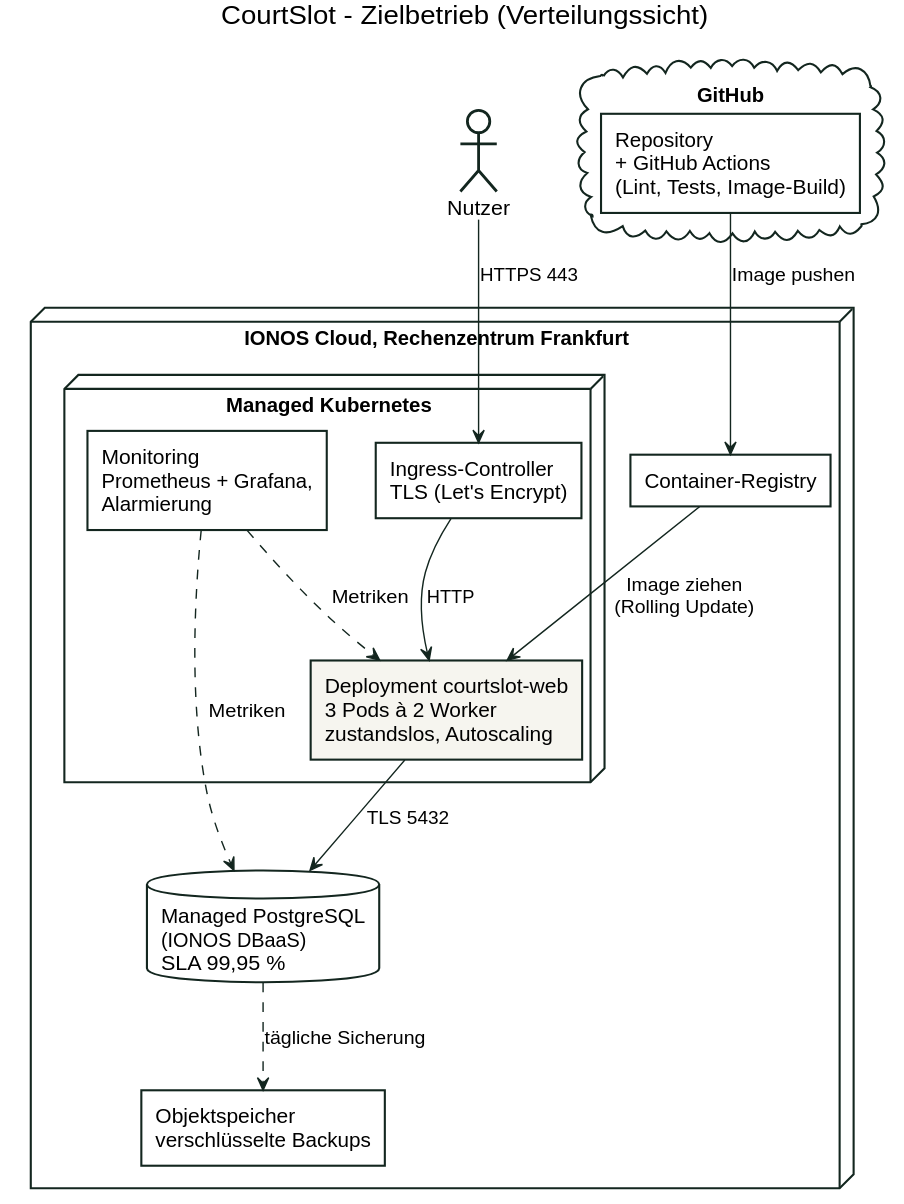
This is docs/diagramme/zielbetrieb.svg from pasi140802/Anwendungsentwicklung, a PlantUML export, as it was before one commit.
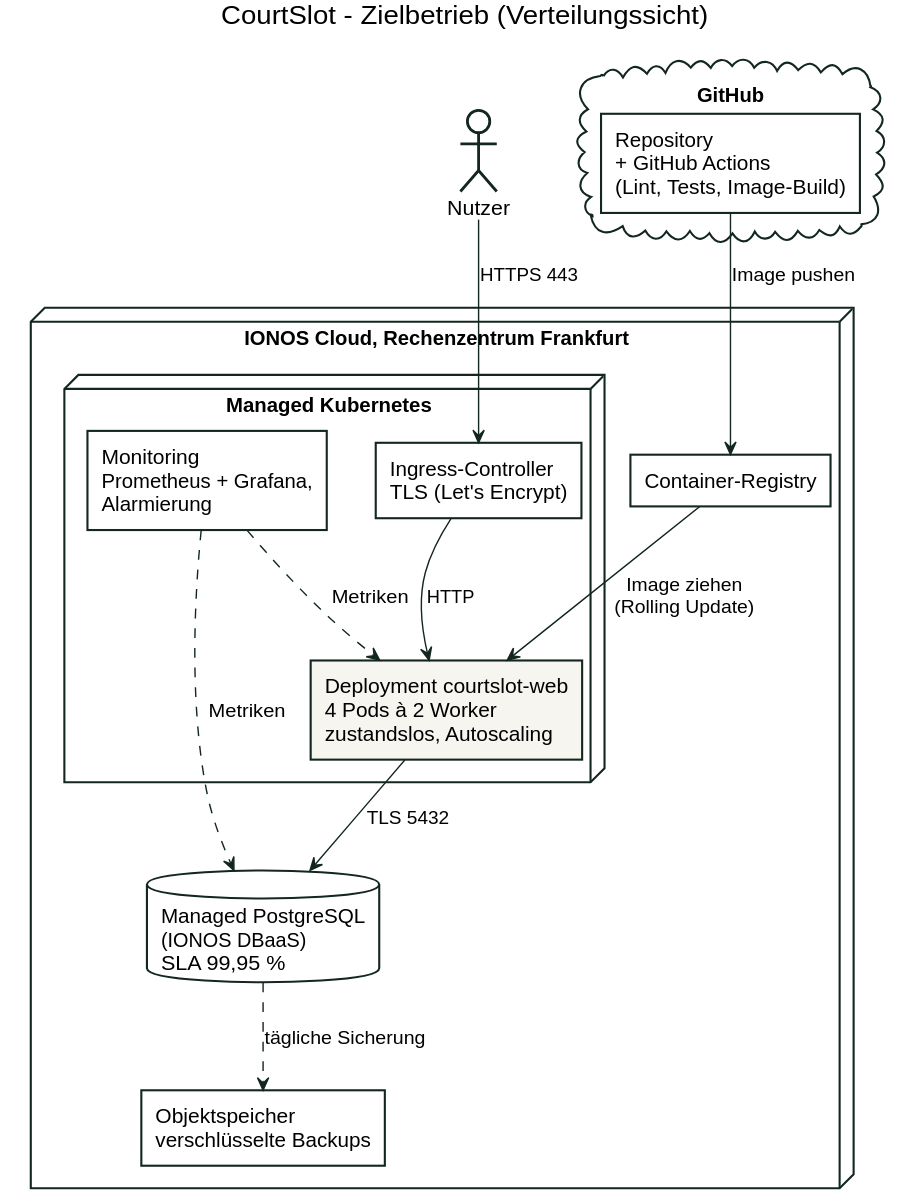
After the change.

What changed in the source:
```diff
@@ -25,7 +25,7 @@
 node "IONOS Cloud, Rechenzentrum Frankfurt" as DC {
   node "Managed Kubernetes" as K8S {
     rectangle "Ingress-Controller\nTLS (Let's Encrypt)" as ING
-    rectangle "Deployment courtslot-web\n3 Pods à 2 Worker\nzustandslos, Autoscaling" as WEB #F6F5EF
+    rectangle "Deployment courtslot-web\n4 Pods à 2 Worker\nzustandslos, Autoscaling" as WEB #F6F5EF
     rectangle "Monitoring\nPrometheus + Grafana,\nAlarmierung" as MON
   }
   database "Managed PostgreSQL\n(IONOS DBaaS)\nSLA 99,95 %" as PG
```
